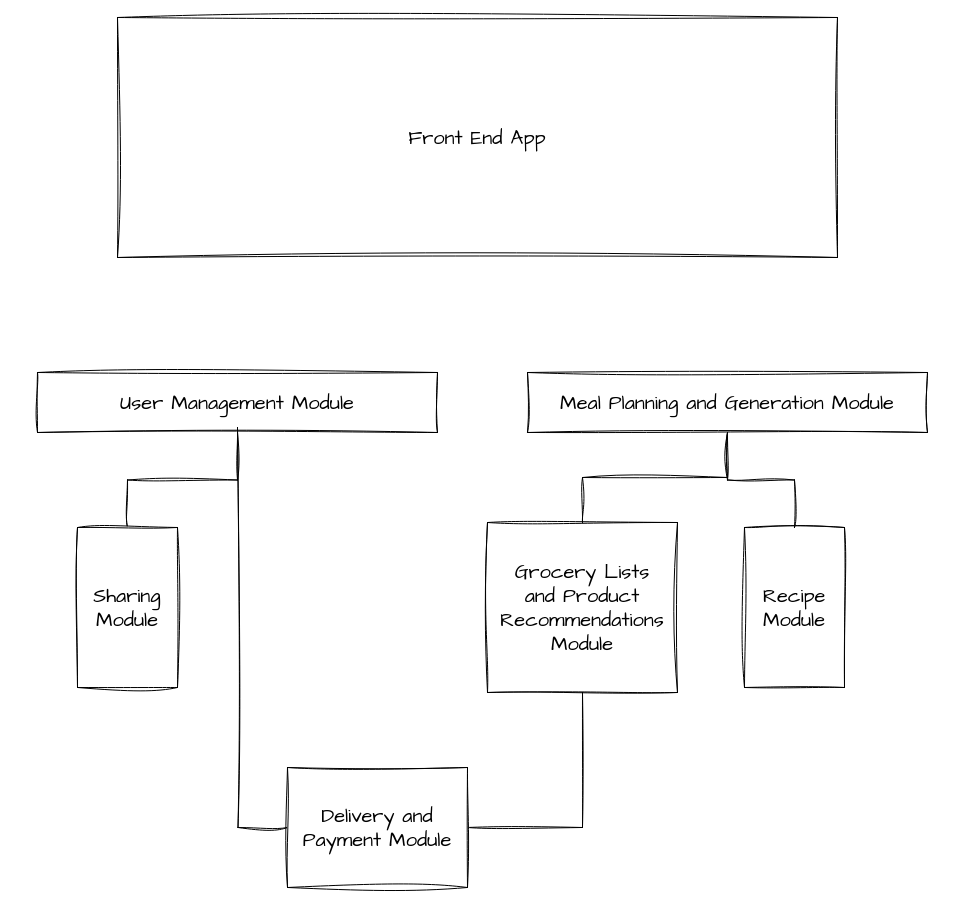
This is docs/Diagram bez tytułu.drawio from abenteuerzeit/reviva-la-carte, a draw.io file, before an edit. Source tidied: cells renumbered, new cells numbered last; positions are measured from the earlier drawing's top-left corner, leaving out a move shared by most shapes. Both pictures are drawn from the tidied source at 100%, with x=0, y=0 at pixel (37, 17).
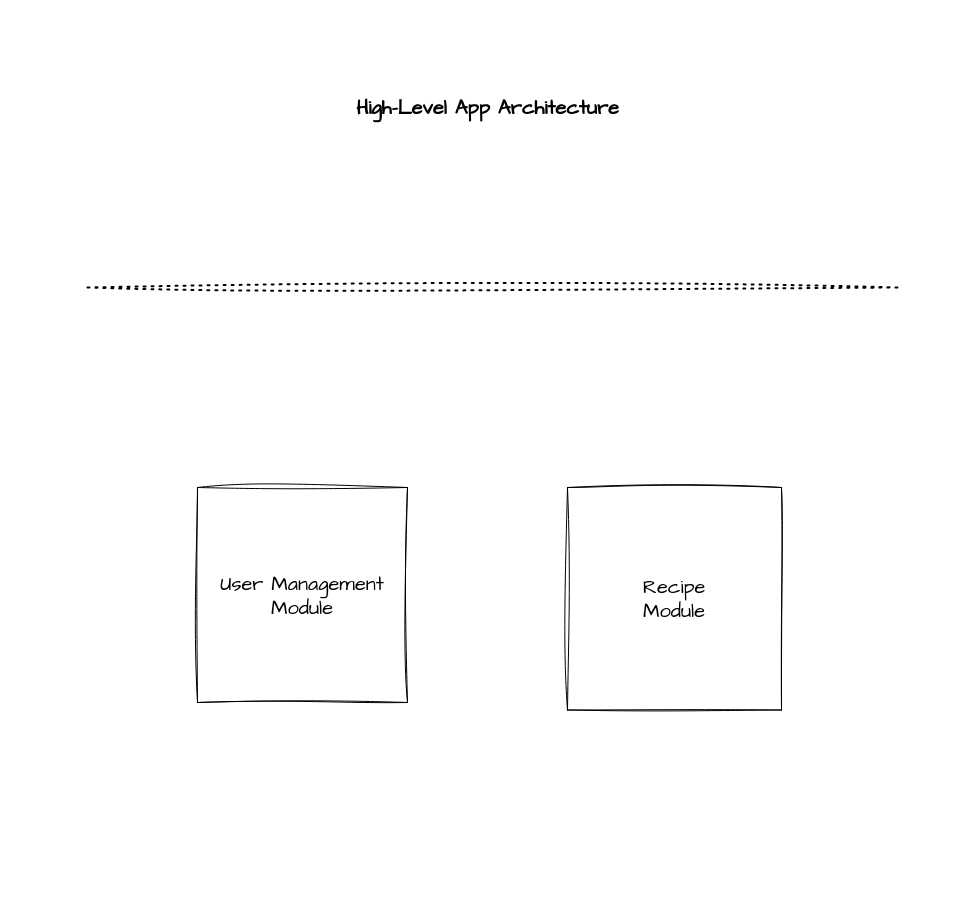
After the change.

Commit message:
current project state

The edit, as a diff of the source:
```diff
@@
 <mxGraphModel>
   <root>
     <mxCell id="0" />
     <mxCell id="1" parent="0" />
     <mxCell id="2" value="User Management Module" style="rounded=0;whiteSpace=wrap;html=1;sketch=1;hachureGap=4;jiggle=2;curveFitting=1;fontFamily=Architects Daughter;fontSize=20;" parent="1" vertex="1">
-      <mxGeometry y="355" width="400" height="60" as="geometry" />
+      <mxGeometry x="160" y="470" width="210" height="215" as="geometry" />
     </mxCell>
-    <mxCell id="3" value="Meal Planning and Generation Module" style="rounded=0;whiteSpace=wrap;html=1;sketch=1;hachureGap=4;jiggle=2;curveFitting=1;fontFamily=Architects Daughter;fontSize=20;" parent="1" vertex="1">
-      <mxGeometry x="490" y="355" width="400" height="60" as="geometry" />
-    </mxCell>
-    <mxCell id="4" style="edgeStyle=orthogonalEdgeStyle;rounded=0;sketch=1;hachureGap=4;jiggle=2;curveFitting=1;jettySize=auto;html=1;fontFamily=Architects Daughter;fontSize=16;endArrow=none;endFill=0;" parent="1" edge="1" source="5" target="3">
-      <mxGeometry relative="1" as="geometry" />
-    </mxCell>
-    <mxCell id="5" value="Grocery Lists &lt;br&gt;and Product&lt;br&gt;Recommendations Module" style="rounded=0;whiteSpace=wrap;html=1;sketch=1;hachureGap=4;jiggle=2;curveFitting=1;fontFamily=Architects Daughter;fontSize=20;" parent="1" vertex="1">
-      <mxGeometry x="450" y="505" width="190" height="170" as="geometry" />
-    </mxCell>
-    <mxCell id="6" style="edgeStyle=orthogonalEdgeStyle;rounded=0;sketch=1;hachureGap=4;jiggle=2;curveFitting=1;jettySize=auto;html=1;fontFamily=Architects Daughter;fontSize=16;endArrow=none;endFill=0;" parent="1" edge="1" source="7" target="3">
-      <mxGeometry relative="1" as="geometry" />
-    </mxCell>
     <mxCell id="7" value="Recipe &lt;br&gt;Module" style="rounded=0;whiteSpace=wrap;html=1;sketch=1;hachureGap=4;jiggle=2;curveFitting=1;fontFamily=Architects Daughter;fontSize=20;" parent="1" vertex="1">
-      <mxGeometry x="707" y="510" width="100" height="160" as="geometry" />
+      <mxGeometry x="530" y="470" width="214" height="222.5" as="geometry" />
     </mxCell>
-    <mxCell id="8" style="edgeStyle=orthogonalEdgeStyle;rounded=0;sketch=1;hachureGap=4;jiggle=2;curveFitting=1;jettySize=auto;html=1;fontFamily=Architects Daughter;fontSize=16;endArrow=none;endFill=0;" parent="1" edge="1" source="9" target="2">
-      <mxGeometry relative="1" as="geometry" />
-    </mxCell>
-    <mxCell id="9" value="Sharing Module" style="rounded=0;whiteSpace=wrap;html=1;sketch=1;hachureGap=4;jiggle=2;curveFitting=1;fontFamily=Architects Daughter;fontSize=20;" parent="1" vertex="1">
-      <mxGeometry x="40" y="510" width="100" height="160" as="geometry" />
-    </mxCell>
-    <mxCell id="10" style="edgeStyle=orthogonalEdgeStyle;rounded=0;sketch=1;hachureGap=4;jiggle=2;curveFitting=1;jettySize=auto;html=1;fontFamily=Architects Daughter;fontSize=16;endArrow=none;endFill=0;" parent="1" edge="1" source="12" target="5">
-      <mxGeometry relative="1" as="geometry" />
-    </mxCell>
-    <mxCell id="11" style="edgeStyle=orthogonalEdgeStyle;rounded=0;sketch=1;hachureGap=4;jiggle=2;curveFitting=1;jettySize=auto;html=1;fontFamily=Architects Daughter;fontSize=16;endArrow=none;endFill=0;" parent="1" edge="1" source="12">
-      <mxGeometry relative="1" as="geometry">
-        <mxPoint x="200" y="410" as="targetPoint" />
-      </mxGeometry>
-    </mxCell>
-    <mxCell id="12" value=" Delivery and Payment Module" style="rounded=0;whiteSpace=wrap;html=1;sketch=1;hachureGap=4;jiggle=2;curveFitting=1;fontFamily=Architects Daughter;fontSize=20;" parent="1" vertex="1">
-      <mxGeometry x="250" y="750" width="180" height="120" as="geometry" />
-    </mxCell>
-    <mxCell id="13" value="Front End App" style="rounded=0;whiteSpace=wrap;html=1;sketch=1;hachureGap=4;jiggle=2;curveFitting=1;fontFamily=Architects Daughter;fontSize=20;fillColor=none;" parent="1" vertex="1">
-      <mxGeometry x="80" width="720" height="240" as="geometry" />
-    </mxCell>
+    <mxCell id="14" value="High-Level App Architecture" style="text;strokeColor=none;fillColor=none;html=1;fontSize=20;fontStyle=1;verticalAlign=middle;align=center;fontFamily=Architects Daughter;" parent="1" vertex="1">
+      <mxGeometry x="-20" y="70" width="940" height="40" as="geometry" />
+    </mxCell>
+    <mxCell id="15" style="endArrow=none;dashed=1;html=1;dashPattern=1 3;strokeWidth=2;rounded=0;sketch=1;hachureGap=4;jiggle=2;curveFitting=1;fontFamily=Architects Daughter;fontSize=16;" parent="1" edge="1">
+      <mxGeometry relative="1" as="geometry">
+        <mxPoint x="50" y="270" as="sourcePoint" />
+        <mxPoint x="860" y="270" as="targetPoint" />
+      </mxGeometry>
+    </mxCell>
   </root>
 </mxGraphModel>
```
